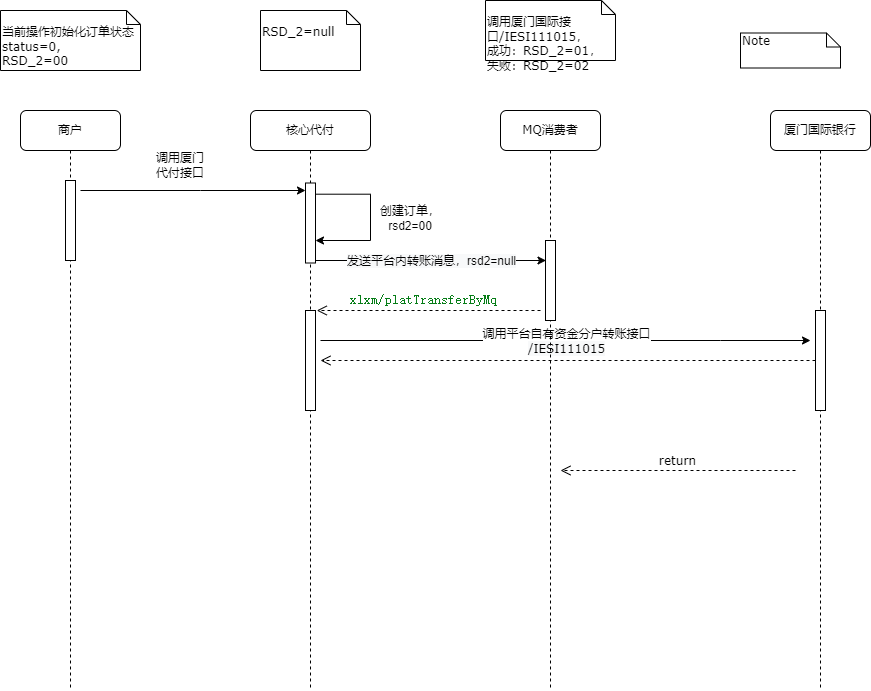
songyibo2019/mydiagrams keeps this draw.io diagram as 厦门银行订单状态RSD_2.png. Above is the earlier version. Source tidied: cells renumbered, new cells last; positions are measured from the earlier drawing's top-left corner, leaving out a move shared by most shapes.
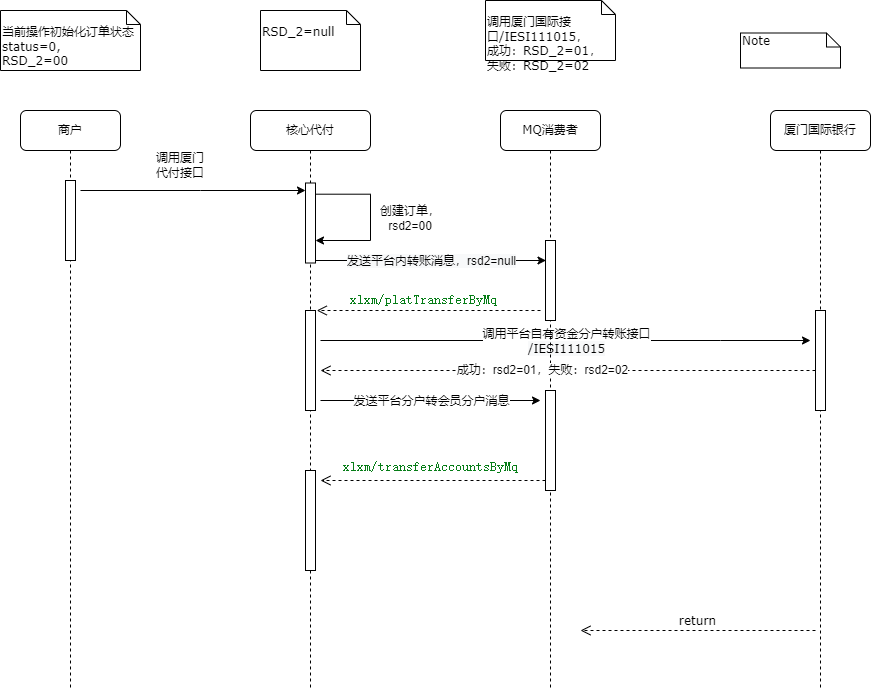
After the change.

Commit message:
Update 厦门银行订单状态RSD_2.png

What changed in the source:
```diff
@@ -42,6 +42,18 @@
     <mxCell id="7" value="调用平台自有资金分户转账接口&lt;br&gt;&lt;span style=&quot;font-family: &amp;#34;verdana&amp;#34; ; font-size: 10px ; text-align: left ; background-color: rgb(248 , 249 , 250)&quot;&gt;/IESI111015&lt;/span&gt;" style="edgeLabel;html=1;align=center;verticalAlign=middle;" parent="6" vertex="1">
       <mxGeometry relative="1" as="geometry" />
     </mxCell>
+    <mxCell id="26" style="endArrow=classic;html=1;rounded=0;" parent="2" edge="1">
+      <mxGeometry relative="1" as="geometry">
+        <mxPoint x="70" y="290" as="sourcePoint" />
+        <mxPoint x="290" y="290" as="targetPoint" />
+      </mxGeometry>
+    </mxCell>
+    <mxCell id="27" value="发送平台分户转会员分户消息" style="edgeLabel;html=1;align=center;verticalAlign=middle;" parent="26" vertex="1">
+      <mxGeometry relative="1" as="geometry" />
+    </mxCell>
+    <mxCell id="28" style="html=1;perimeter=orthogonalPerimeter;rounded=0;shadow=0;comic=0;labelBackgroundColor=none;strokeWidth=1;fontFamily=Verdana;fontSize=12;align=center;" parent="2" vertex="1">
+      <mxGeometry x="55" y="360" width="10" height="100" as="geometry" />
+    </mxCell>
     <mxCell id="8" value="MQ消费者" style="shape=umlLifeline;perimeter=lifelinePerimeter;whiteSpace=wrap;html=1;rounded=1;shadow=0;comic=0;labelBackgroundColor=none;strokeWidth=1;fontFamily=Verdana;fontSize=12;align=center;" parent="1" vertex="1">
       <mxGeometry x="500" y="110" width="100" height="580" as="geometry" />
     </mxCell>
@@ -60,6 +72,9 @@
     <mxCell id="11" value="&lt;span style=&quot;font-size: 12px ; background-color: rgb(248 , 249 , 250)&quot;&gt;发送平台内转账消息，rsd2=null&lt;/span&gt;" style="edgeLabel;html=1;align=center;verticalAlign=middle;" parent="10" vertex="1">
       <mxGeometry relative="1" as="geometry" />
     </mxCell>
+    <mxCell id="29" style="html=1;perimeter=orthogonalPerimeter;rounded=0;shadow=0;comic=0;labelBackgroundColor=none;strokeWidth=1;fontFamily=Verdana;fontSize=12;align=center;" parent="8" vertex="1">
+      <mxGeometry x="45" y="280" width="10" height="100" as="geometry" />
+    </mxCell>
     <mxCell id="12" value="厦门国际银行" style="shape=umlLifeline;perimeter=lifelinePerimeter;whiteSpace=wrap;html=1;rounded=1;shadow=0;comic=0;labelBackgroundColor=none;strokeWidth=1;fontFamily=Verdana;fontSize=12;align=center;" parent="1" vertex="1">
       <mxGeometry x="770" y="110" width="100" height="580" as="geometry" />
     </mxCell>
@@ -74,8 +89,8 @@
     </mxCell>
     <mxCell id="16" value="return" style="html=1;verticalAlign=bottom;endArrow=open;dashed=1;endSize=8;exitX=0;exitY=0.95;labelBackgroundColor=none;fontFamily=Verdana;fontSize=12;" parent="1" edge="1">
       <mxGeometry relative="1" as="geometry">
-        <mxPoint x="795" y="470" as="sourcePoint" />
-        <mxPoint x="560" y="470" as="targetPoint" />
+        <mxPoint x="815" y="630" as="sourcePoint" />
+        <mxPoint x="580" y="630" as="targetPoint" />
       </mxGeometry>
     </mxCell>
     <mxCell id="17" value="&lt;br&gt;当前操作初始化订单状态status=0, &lt;br&gt;RSD_2=00" style="shape=note;whiteSpace=wrap;html=1;size=14;verticalAlign=top;align=left;spacingTop=-6;rounded=0;shadow=0;comic=0;labelBackgroundColor=none;strokeWidth=1;fontFamily=Verdana;fontSize=12;" parent="1" vertex="1">
@@ -112,9 +127,18 @@
     </mxCell>
     <mxCell id="25" style="html=1;verticalAlign=bottom;endArrow=open;dashed=1;endSize=8;exitX=0;exitY=0.95;labelBackgroundColor=none;fontFamily=Verdana;fontSize=12;" parent="1" edge="1">
       <mxGeometry x="-0.01" y="50" relative="1" as="geometry">
-        <mxPoint x="815" y="360" as="sourcePoint" />
-        <mxPoint x="320" y="360" as="targetPoint" />
+        <mxPoint x="815" y="370" as="sourcePoint" />
+        <mxPoint x="320" y="370" as="targetPoint" />
       </mxGeometry>
     </mxCell>
+    <mxCell id="30" value="成功：rsd2=01，失败：rsd2=02" style="edgeLabel;html=1;align=center;verticalAlign=middle;" parent="25" vertex="1">
+      <mxGeometry x="0.11" y="-1" relative="1" as="geometry" />
+    </mxCell>
+    <mxCell id="31" value="&lt;pre style=&quot;background-color: #ffffff ; color: #080808 ; font-family: &amp;quot;jetbrains mono&amp;quot; , monospace ; font-size: 9.8pt&quot;&gt;&lt;span style=&quot;color: #067d17&quot;&gt;xlxm/transferAccountsByMq&lt;/span&gt;&lt;/pre&gt;" style="html=1;verticalAlign=bottom;endArrow=open;dashed=1;endSize=8;exitX=0;exitY=0.95;labelBackgroundColor=none;fontFamily=Verdana;fontSize=12;" parent="1" edge="1">
+      <mxGeometry x="0.02" y="10" relative="1" as="geometry">
+        <mxPoint x="545" y="480" as="sourcePoint" />
+        <mxPoint x="320" y="480" as="targetPoint" />
+      </mxGeometry>
+    </mxCell>
   </root>
 </mxGraphModel>
```
